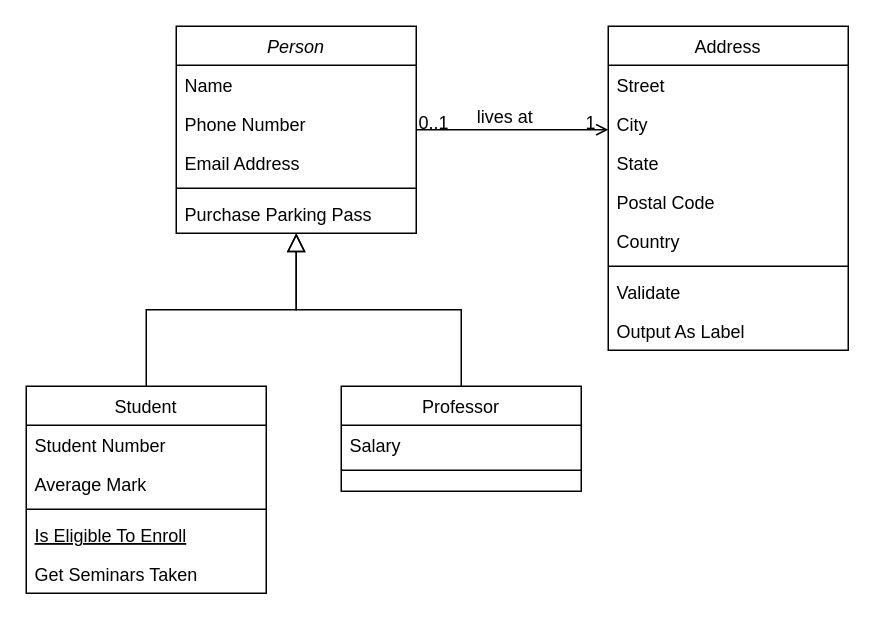
Before: Praktikum2/Lieferservice_UML_Klassendiagramm.drawio in maily1412/DBS2_Praktikum, a draw.io diagram. Source tidied: cells renumbered, new cells numbered last; positions are measured from the earlier drawing's top-left corner, leaving out a move shared by most shapes. Both pictures are drawn from the tidied source at 150%, with x=0, y=0 at pixel (26, 26).
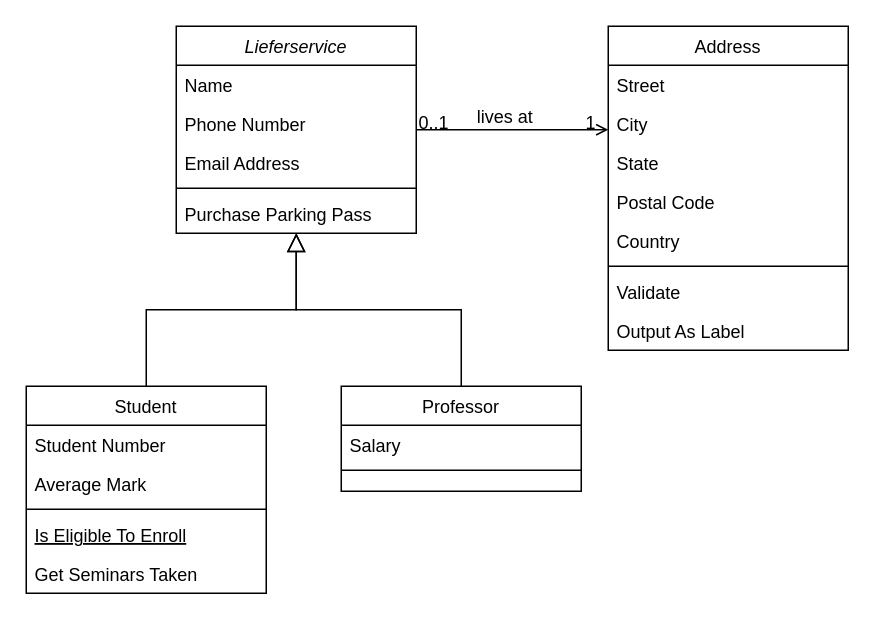
After the change.

Change to the diagram source:
```diff
@@
-    <mxCell id="2" value="Person" style="swimlane;fontStyle=2;align=center;verticalAlign=top;horizontal=1;startSize=26;rounded=0;shadow=0;strokeWidth=1;" parent="1" vertex="1">
+    <mxCell id="2" value="Lieferservice" style="swimlane;fontStyle=2;align=center;verticalAlign=top;horizontal=1;startSize=26;rounded=0;shadow=0;strokeWidth=1;" parent="1" vertex="1">
       <mxGeometry x="100" width="160" height="138" as="geometry" />
     </mxCell>
```
